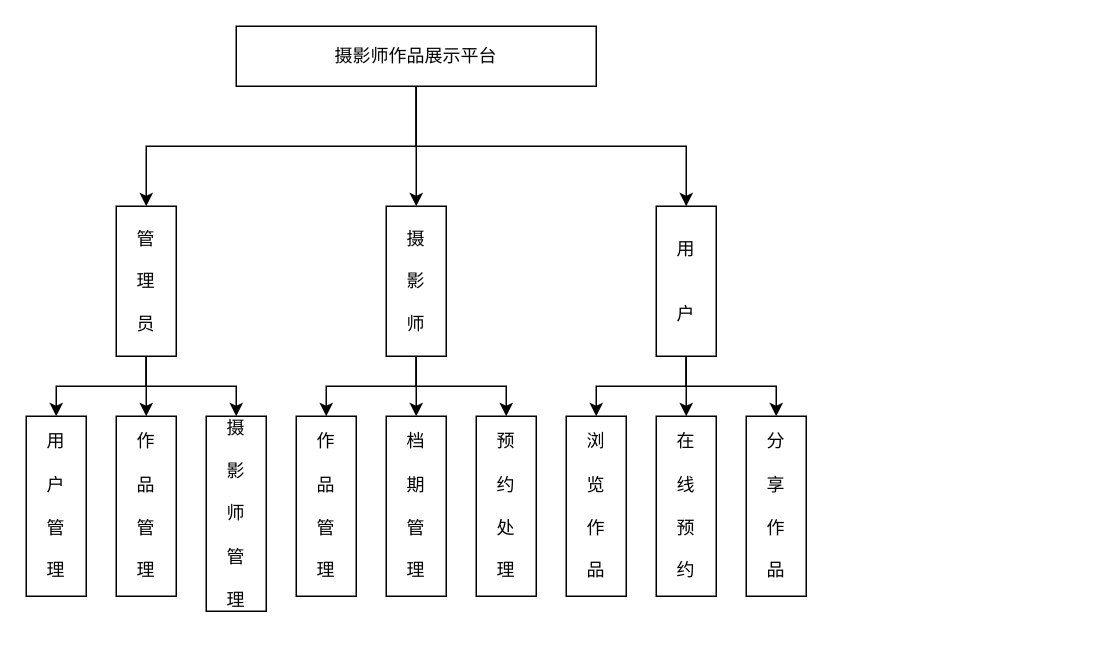
Earlier version of the draw.io diagram photography-be-struct.drawio (asharca/drawio). Source tidied: cells renumbered, new cells numbered last; positions are measured from the earlier drawing's top-left corner, leaving out a move shared by most shapes. Both pictures are drawn from the tidied source at 150%, with x=0, y=0 at pixel (26, 26).
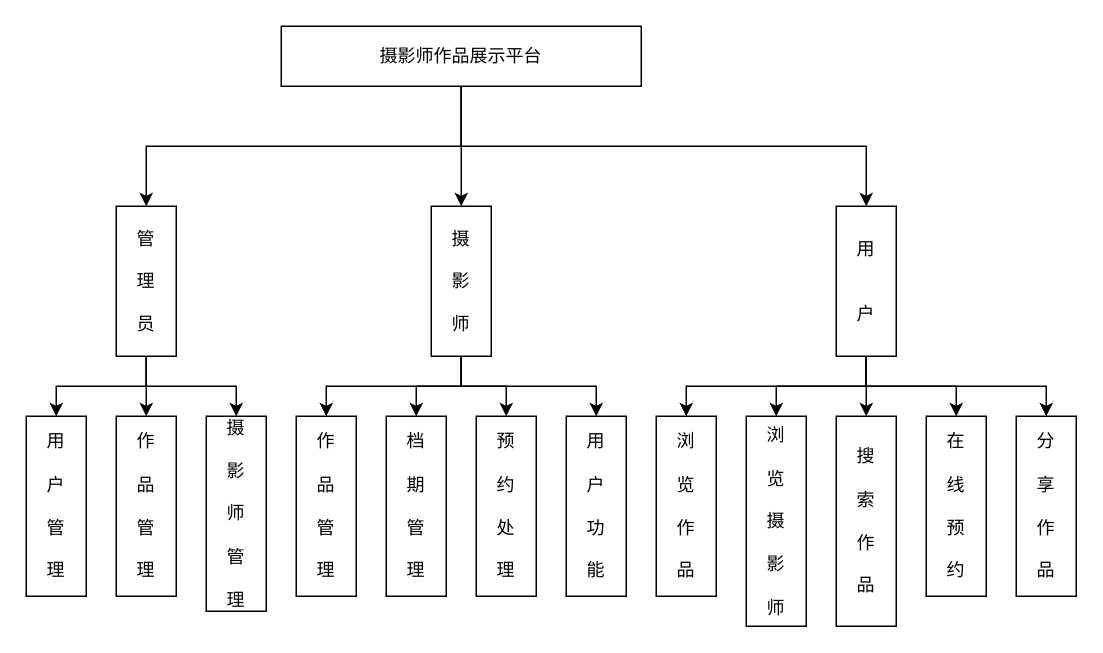
After the change.

Diff of the diagram source:
```diff
@@
-    <mxCell id="2" style="edgeStyle=orthogonalEdgeStyle;rounded=0;jettySize=auto;html=1;" parent="1" edge="1" target="9">
-      <mxGeometry relative="1" as="geometry">
-        <mxPoint x="240" y="40" as="sourcePoint" />
-        <Array as="points">
-          <mxPoint x="260" y="40" />
-        </Array>
-      </mxGeometry>
-    </mxCell>
@@
+    <mxCell id="27" style="edgeStyle=orthogonalEdgeStyle;rounded=0;jettySize=auto;html=1;exitX=0.5;exitY=1;exitDx=0;exitDy=0;entryX=0.5;entryY=0;entryDx=0;entryDy=0;" parent="1" edge="1" source="5" target="9">
+      <mxGeometry relative="1" as="geometry" />
+    </mxCell>
     <mxCell id="5" value="摄影师作品展示平台" style="rounded=0;whiteSpace=wrap;html=1;" parent="1" vertex="1">
-      <mxGeometry x="140" width="240" height="40" as="geometry" />
+      <mxGeometry x="170" width="240" height="40" as="geometry" />
     </mxCell>
@@
+    <mxCell id="28" style="edgeStyle=orthogonalEdgeStyle;rounded=0;jettySize=auto;html=1;exitX=0.5;exitY=1;exitDx=0;exitDy=0;entryX=0.5;entryY=0;entryDx=0;entryDy=0;" parent="1" edge="1" source="9" target="33">
+      <mxGeometry relative="1" as="geometry" />
+    </mxCell>
     <mxCell id="9" value="摄&lt;div&gt;&lt;br&gt;&lt;div&gt;影&lt;/div&gt;&lt;div&gt;&lt;br&gt;&lt;/div&gt;&lt;div&gt;师&lt;/div&gt;&lt;/div&gt;" style="whiteSpace=wrap;html=1;rounded=0;" parent="1" vertex="1">
-      <mxGeometry x="240" y="120" width="40" height="100" as="geometry" />
+      <mxGeometry x="270" y="120" width="40" height="100" as="geometry" />
     </mxCell>
@@
+    <mxCell id="29" style="edgeStyle=orthogonalEdgeStyle;rounded=0;jettySize=auto;html=1;exitX=0.5;exitY=1;exitDx=0;exitDy=0;entryX=0.5;entryY=0;entryDx=0;entryDy=0;" parent="1" edge="1" source="13" target="31">
+      <mxGeometry relative="1" as="geometry" />
+    </mxCell>
+    <mxCell id="30" style="edgeStyle=orthogonalEdgeStyle;rounded=0;jettySize=auto;html=1;exitX=0.5;exitY=1;exitDx=0;exitDy=0;entryX=0.5;entryY=0;entryDx=0;entryDy=0;" parent="1" edge="1" source="13" target="32">
+      <mxGeometry relative="1" as="geometry" />
+    </mxCell>
     <mxCell id="13" value="用&lt;br&gt;&lt;div&gt;&lt;br&gt;&lt;/div&gt;&lt;div&gt;&lt;br&gt;&lt;/div&gt;&lt;div&gt;户&lt;/div&gt;" style="whiteSpace=wrap;html=1;rounded=0;" parent="1" vertex="1">
-      <mxGeometry x="420" y="120" width="40" height="100" as="geometry" />
+      <mxGeometry x="540" y="120" width="40" height="100" as="geometry" />
     </mxCell>
@@
     <mxCell id="24" value="浏&lt;div&gt;&lt;br&gt;&lt;/div&gt;&lt;div&gt;览&lt;/div&gt;&lt;div&gt;&lt;br&gt;&lt;/div&gt;&lt;div&gt;作&lt;/div&gt;&lt;div&gt;&lt;br&gt;&lt;/div&gt;&lt;div&gt;品&lt;/div&gt;" style="whiteSpace=wrap;html=1;rounded=0;" parent="1" vertex="1">
-      <mxGeometry x="360" y="260" width="40" height="120" as="geometry" />
+      <mxGeometry x="420" y="260" width="40" height="120" as="geometry" />
     </mxCell>
     <mxCell id="25" value="在&lt;div&gt;&lt;br&gt;&lt;/div&gt;&lt;div&gt;线&lt;/div&gt;&lt;div&gt;&lt;br&gt;&lt;/div&gt;&lt;div&gt;预&lt;/div&gt;&lt;div&gt;&lt;br&gt;&lt;/div&gt;&lt;div&gt;约&lt;/div&gt;" style="whiteSpace=wrap;html=1;rounded=0;" parent="1" vertex="1">
-      <mxGeometry x="420" y="260" width="40" height="120" as="geometry" />
+      <mxGeometry x="600" y="260" width="40" height="120" as="geometry" />
     </mxCell>
     <mxCell id="26" value="分&lt;div&gt;&lt;br&gt;&lt;/div&gt;&lt;div&gt;享&lt;br&gt;&lt;div&gt;&lt;div&gt;&lt;br&gt;&lt;/div&gt;&lt;div&gt;作&lt;/div&gt;&lt;div&gt;&lt;br&gt;&lt;/div&gt;&lt;div&gt;品&lt;/div&gt;&lt;/div&gt;&lt;/div&gt;" style="whiteSpace=wrap;html=1;rounded=0;" parent="1" vertex="1">
-      <mxGeometry x="480" y="260" width="40" height="120" as="geometry" />
+      <mxGeometry x="660" y="260" width="40" height="120" as="geometry" />
     </mxCell>
+    <mxCell id="31" value="浏&lt;div&gt;&lt;br&gt;&lt;/div&gt;&lt;div&gt;览&lt;/div&gt;&lt;div&gt;&lt;br&gt;&lt;/div&gt;&lt;div&gt;摄&lt;/div&gt;&lt;div&gt;&lt;br&gt;&lt;/div&gt;&lt;div&gt;影&lt;/div&gt;&lt;div&gt;&lt;br&gt;&lt;/div&gt;&lt;div&gt;师&lt;/div&gt;" style="whiteSpace=wrap;html=1;rounded=0;" parent="1" vertex="1">
+      <mxGeometry x="480" y="260" width="40" height="140" as="geometry" />
+    </mxCell>
+    <mxCell id="32" value="搜&lt;div&gt;&lt;br&gt;&lt;/div&gt;&lt;div&gt;索&lt;/div&gt;&lt;div&gt;&lt;br&gt;&lt;/div&gt;&lt;div&gt;作&lt;/div&gt;&lt;div&gt;&lt;br&gt;&lt;/div&gt;&lt;div&gt;品&lt;/div&gt;" style="whiteSpace=wrap;html=1;rounded=0;" parent="1" vertex="1">
+      <mxGeometry x="540" y="260" width="40" height="140" as="geometry" />
+    </mxCell>
+    <mxCell id="33" value="用&lt;div&gt;&lt;br&gt;&lt;/div&gt;&lt;div&gt;户&lt;/div&gt;&lt;div&gt;&lt;br&gt;&lt;/div&gt;&lt;div&gt;功&lt;/div&gt;&lt;div&gt;&lt;br&gt;&lt;/div&gt;&lt;div&gt;能&lt;/div&gt;" style="whiteSpace=wrap;html=1;rounded=0;" parent="1" vertex="1">
+      <mxGeometry x="360" y="260" width="40" height="120" as="geometry" />
+    </mxCell>
```
